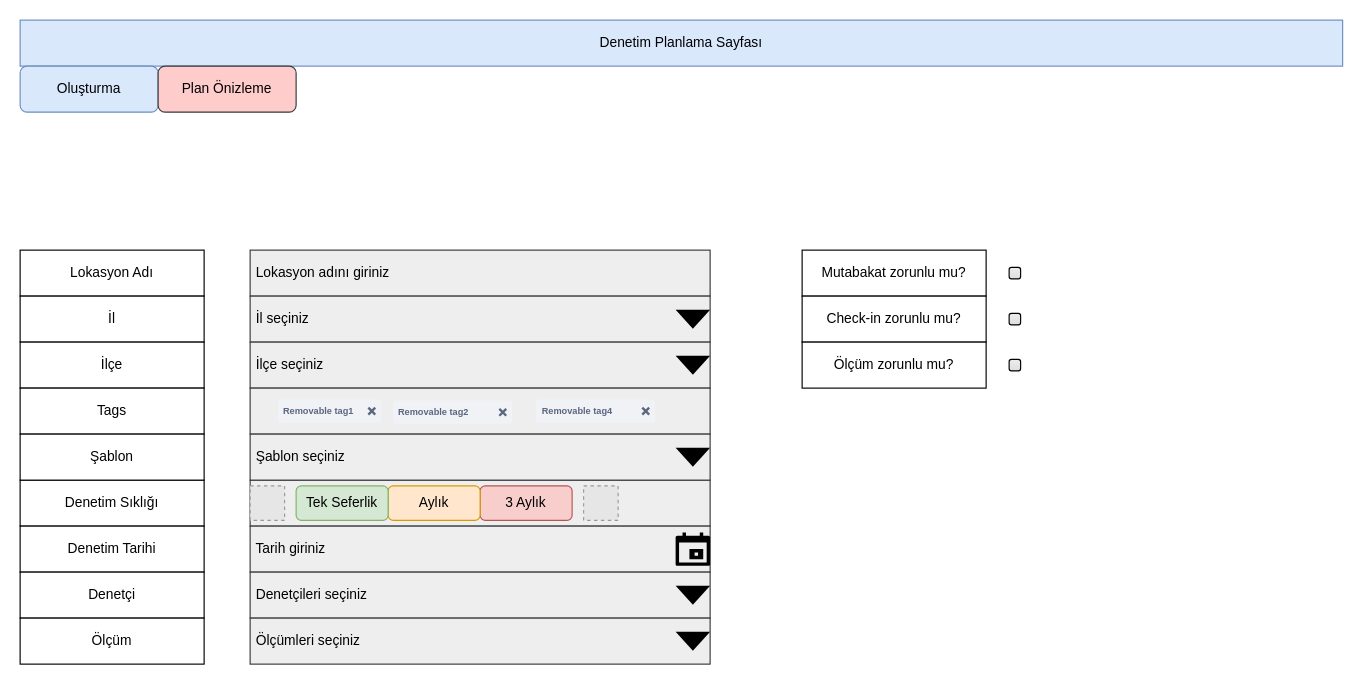
Above: page "DenetimPlanlama" (4 of 4) of Defining Pages.drawio in baydioglu/draw.io (draw.io), before the change. Source tidied: cells renumbered, new cells numbered last; positions are measured from the earlier drawing's top-left corner, leaving out a move shared by most shapes. Both pictures are drawn from the tidied source at 115%, with x=0, y=0 at pixel (20, 20). Pictures stored in the file or linked from it are replaced by grey dashed boxes.
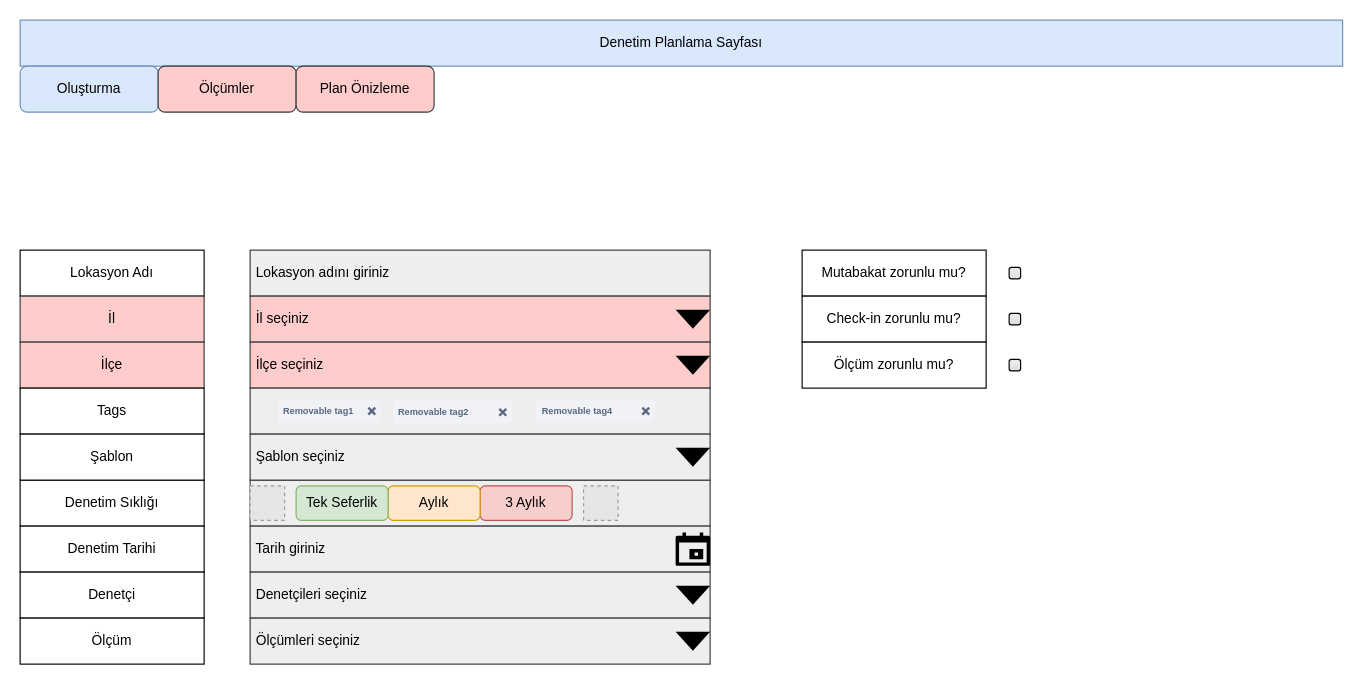
After the change.

What changed in the source:
```diff
@@
-    <mxCell id="4" value="&lt;span style=&quot;white-space: pre;&quot;&gt; &lt;/span&gt;İl seçiniz" style="rounded=0;whiteSpace=wrap;html=1;shadow=0;fillColor=#eeeeee;strokeColor=#36393d;align=left;" parent="1" vertex="1">
+    <mxCell id="4" value="&lt;span style=&quot;white-space: pre;&quot;&gt; &lt;/span&gt;İl seçiniz" style="rounded=0;whiteSpace=wrap;html=1;shadow=0;fillColor=#ffcccc;strokeColor=#36393d;align=left;" parent="1" vertex="1">
       <mxGeometry x="200" y="240" width="400" height="40" as="geometry" />
     </mxCell>
-    <mxCell id="5" value="&lt;span style=&quot;white-space: pre;&quot;&gt; &lt;/span&gt;İlçe seçiniz" style="rounded=0;html=1;shadow=0;fillColor=#eeeeee;strokeColor=#36393d;align=left;" parent="1" vertex="1">
+    <mxCell id="5" value="&lt;span style=&quot;white-space: pre;&quot;&gt; &lt;/span&gt;İlçe seçiniz" style="rounded=0;html=1;shadow=0;fillColor=#ffcccc;strokeColor=#36393d;align=left;" parent="1" vertex="1">
       <mxGeometry x="200" y="280" width="400" height="40" as="geometry" />
     </mxCell>
@@
-    <mxCell id="9" value="Plan Önizleme" style="rounded=1;whiteSpace=wrap;html=1;fillColor=#ffcccc;strokeColor=#36393d;" parent="1" vertex="1">
+    <mxCell id="9" value="Ölçümler" style="rounded=1;whiteSpace=wrap;html=1;fillColor=#ffcccc;strokeColor=#36393d;" parent="1" vertex="1">
       <mxGeometry x="120" y="40" width="120" height="40" as="geometry" />
     </mxCell>
@@
-    <mxCell id="14" value="İl" style="rounded=0;whiteSpace=wrap;html=1;" parent="1" vertex="1">
+    <mxCell id="14" value="İl" style="rounded=0;whiteSpace=wrap;html=1;fillColor=#ffcccc;strokeColor=#36393d;" parent="1" vertex="1">
       <mxGeometry y="240" width="160" height="40" as="geometry" />
     </mxCell>
-    <mxCell id="15" value="İlçe" style="rounded=0;whiteSpace=wrap;html=1;" parent="1" vertex="1">
+    <mxCell id="15" value="İlçe" style="rounded=0;whiteSpace=wrap;html=1;fillColor=#ffcccc;strokeColor=#36393d;" parent="1" vertex="1">
       <mxGeometry y="280" width="160" height="40" as="geometry" />
     </mxCell>
@@
+    <mxCell id="46" value="Plan Önizleme" style="rounded=1;whiteSpace=wrap;html=1;fillColor=#ffcccc;strokeColor=#36393d;" parent="1" vertex="1">
+      <mxGeometry x="240" y="40" width="120" height="40" as="geometry" />
+    </mxCell>
```
